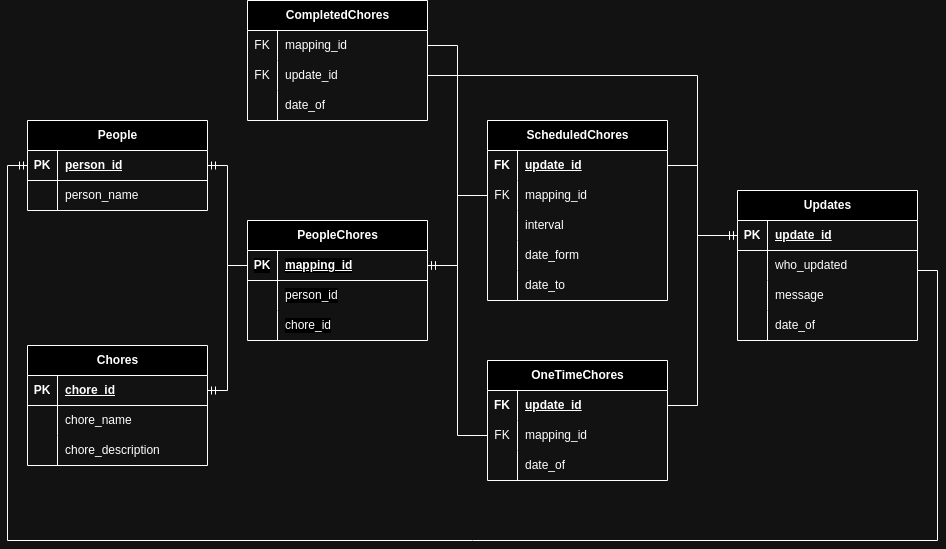
typsoon/chores_manager keeps this draw.io diagram as database/Chores Manager database.png. Above is the earlier version. Source tidied: cells renumbered, new cells last; positions are measured from the earlier drawing's top-left corner, leaving out a move shared by most shapes.
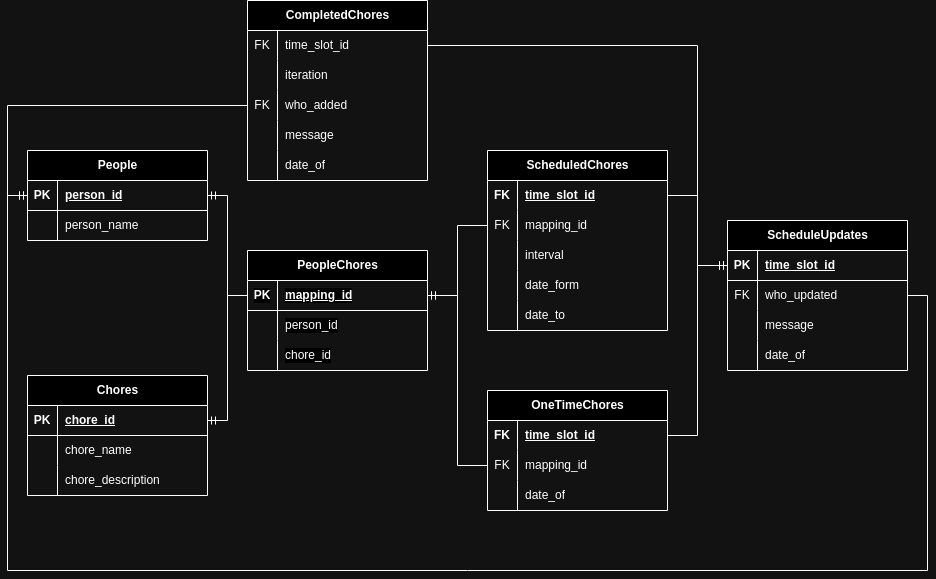
The same file after the commit.

The edit, as a diff of the source:
```diff
@@ -62,7 +62,7 @@
     <mxCell id="21" value="&lt;b&gt;FK&lt;/b&gt;" style="shape=partialRectangle;fillColor=none;top=0;left=0;bottom=0;right=0;overflow=hidden;whiteSpace=wrap;html=1;" parent="20" vertex="1">
       <mxGeometry width="30" height="30" as="geometry" />
     </mxCell>
-    <mxCell id="22" value="&lt;b&gt;&lt;u&gt;update_id&lt;/u&gt;&lt;/b&gt;" style="shape=partialRectangle;fillColor=none;top=0;left=0;bottom=0;right=0;align=left;spacingLeft=6;overflow=hidden;whiteSpace=wrap;html=1;" parent="20" vertex="1">
+    <mxCell id="22" value="&lt;b&gt;&lt;u&gt;time_slot_id&lt;/u&gt;&lt;/b&gt;" style="shape=partialRectangle;fillColor=none;top=0;left=0;bottom=0;right=0;align=left;spacingLeft=6;overflow=hidden;whiteSpace=wrap;html=1;" parent="20" vertex="1">
       <mxGeometry x="30" width="150" height="30" as="geometry" />
     </mxCell>
     <mxCell id="23" style="shape=tableRow;horizontal=0;startSize=0;swimlaneHead=0;swimlaneBody=0;fillColor=none;points=[[0,0.5],[1,0.5]];portConstraint=eastwest;top=0;left=0;right=0;bottom=0;" parent="19" vertex="1">
@@ -101,8 +101,8 @@
     <mxCell id="34" value="date_to" style="shape=partialRectangle;fillColor=none;top=0;left=0;bottom=0;right=0;align=left;spacingLeft=6;overflow=hidden;whiteSpace=wrap;html=1;" parent="32" vertex="1">
       <mxGeometry x="30" width="150" height="30" as="geometry" />
     </mxCell>
-    <mxCell id="35" value="Updates" style="shape=table;startSize=30;rowLines=0;fontStyle=1;align=center;html=1;" parent="1" vertex="1">
-      <mxGeometry x="730" y="190" width="180" height="150" as="geometry" />
+    <mxCell id="35" value="ScheduleUpdates" style="shape=table;startSize=30;rowLines=0;fontStyle=1;align=center;html=1;" parent="1" vertex="1">
+      <mxGeometry x="720" y="190" width="180" height="150" as="geometry" />
     </mxCell>
     <mxCell id="36" style="shape=tableRow;horizontal=0;startSize=0;swimlaneHead=0;swimlaneBody=0;fillColor=none;points=[[0,0.5],[1,0.5]];portConstraint=eastwest;top=0;left=0;right=0;bottom=1;" parent="35" vertex="1">
       <mxGeometry y="30" width="180" height="30" as="geometry" />
@@ -110,13 +110,13 @@
     <mxCell id="37" value="PK" style="shape=partialRectangle;fillColor=none;top=0;left=0;bottom=0;right=0;fontStyle=1;overflow=hidden;whiteSpace=wrap;html=1;" parent="36" vertex="1">
       <mxGeometry width="30" height="30" as="geometry" />
     </mxCell>
-    <mxCell id="38" value="update_id" style="shape=partialRectangle;fillColor=none;top=0;left=0;bottom=0;right=0;align=left;spacingLeft=6;fontStyle=5;overflow=hidden;whiteSpace=wrap;html=1;" parent="36" vertex="1">
+    <mxCell id="38" value="time_slot_id" style="shape=partialRectangle;fillColor=none;top=0;left=0;bottom=0;right=0;align=left;spacingLeft=6;fontStyle=5;overflow=hidden;whiteSpace=wrap;html=1;" parent="36" vertex="1">
       <mxGeometry x="30" width="150" height="30" as="geometry" />
     </mxCell>
     <mxCell id="39" style="shape=tableRow;horizontal=0;startSize=0;swimlaneHead=0;swimlaneBody=0;fillColor=none;points=[[0,0.5],[1,0.5]];portConstraint=eastwest;top=0;left=0;right=0;bottom=0;" parent="35" vertex="1">
       <mxGeometry y="60" width="180" height="30" as="geometry" />
     </mxCell>
-    <mxCell id="40" style="shape=partialRectangle;fillColor=none;top=0;left=0;bottom=0;right=0;overflow=hidden;whiteSpace=wrap;html=1;" parent="39" vertex="1">
+    <mxCell id="40" value="FK" style="shape=partialRectangle;fillColor=none;top=0;left=0;bottom=0;right=0;overflow=hidden;whiteSpace=wrap;html=1;" parent="39" vertex="1">
       <mxGeometry width="30" height="30" as="geometry" />
     </mxCell>
     <mxCell id="41" value="who_updated" style="shape=partialRectangle;fillColor=none;top=0;left=0;bottom=0;right=0;align=left;spacingLeft=6;overflow=hidden;whiteSpace=wrap;html=1;" parent="39" vertex="1">
@@ -131,15 +131,15 @@
     <mxCell id="44" value="message" style="shape=partialRectangle;fillColor=none;top=0;left=0;bottom=0;right=0;align=left;spacingLeft=6;overflow=hidden;whiteSpace=wrap;html=1;" parent="42" vertex="1">
       <mxGeometry x="30" width="150" height="30" as="geometry" />
     </mxCell>
-    <mxCell id="45" style="shape=tableRow;horizontal=0;startSize=0;swimlaneHead=0;swimlaneBody=0;fillColor=none;top=0;left=0;right=0;bottom=0;" parent="35" vertex="1">
-      <mxGeometry y="120" width="180" height="30" as="geometry" />
-    </mxCell>
-    <mxCell id="46" style="shape=partialRectangle;fillColor=none;top=0;left=0;bottom=0;right=0;overflow=hidden;whiteSpace=wrap;html=1;" parent="45" vertex="1">
-      <mxGeometry width="30" height="30" as="geometry" />
-    </mxCell>
-    <mxCell id="47" value="date_of" style="shape=partialRectangle;fillColor=none;top=0;left=0;bottom=0;right=0;align=left;spacingLeft=6;overflow=hidden;whiteSpace=wrap;html=1;" parent="45" vertex="1">
-      <mxGeometry x="30" width="150" height="30" as="geometry" />
-    </mxCell>
+    <mxCell id="87" style="shape=tableRow;horizontal=0;startSize=0;swimlaneHead=0;swimlaneBody=0;fillColor=none;top=0;left=0;right=0;bottom=0;" parent="35" vertex="1">
+      <mxGeometry y="120" width="180" height="30" as="geometry" />
+    </mxCell>
+    <mxCell id="88" style="shape=partialRectangle;fillColor=none;top=0;left=0;bottom=0;right=0;overflow=hidden;whiteSpace=wrap;html=1;" parent="87" vertex="1">
+      <mxGeometry width="30" height="30" as="geometry" />
+    </mxCell>
+    <mxCell id="89" value="date_of" style="shape=partialRectangle;fillColor=none;top=0;left=0;bottom=0;right=0;align=left;spacingLeft=6;overflow=hidden;whiteSpace=wrap;html=1;" parent="87" vertex="1">
+      <mxGeometry x="30" width="150" height="30" as="geometry" />
+    </mxCell>
     <mxCell id="48" value="OneTimeChores" style="shape=table;startSize=30;rowLines=0;fontStyle=1;align=center;html=1;" parent="1" vertex="1">
       <mxGeometry x="480" y="360" width="180" height="120" as="geometry" />
     </mxCell>
@@ -149,7 +149,7 @@
     <mxCell id="50" value="&lt;b&gt;FK&lt;/b&gt;" style="shape=partialRectangle;fillColor=none;top=0;left=0;bottom=0;right=0;overflow=hidden;whiteSpace=wrap;html=1;" parent="49" vertex="1">
       <mxGeometry width="30" height="30" as="geometry" />
     </mxCell>
-    <mxCell id="51" value="&lt;b&gt;&lt;u&gt;update_id&lt;/u&gt;&lt;/b&gt;" style="shape=partialRectangle;fillColor=none;top=0;left=0;bottom=0;right=0;align=left;spacingLeft=6;overflow=hidden;whiteSpace=wrap;html=1;" parent="49" vertex="1">
+    <mxCell id="51" value="&lt;b&gt;&lt;u&gt;time_slot_id&lt;/u&gt;&lt;/b&gt;" style="shape=partialRectangle;fillColor=none;top=0;left=0;bottom=0;right=0;align=left;spacingLeft=6;overflow=hidden;whiteSpace=wrap;html=1;" parent="49" vertex="1">
       <mxGeometry x="30" width="150" height="30" as="geometry" />
     </mxCell>
     <mxCell id="52" style="shape=tableRow;horizontal=0;startSize=0;swimlaneHead=0;swimlaneBody=0;fillColor=none;points=[[0,0.5],[1,0.5]];portConstraint=eastwest;top=0;left=0;right=0;bottom=0;" parent="48" vertex="1">
@@ -187,7 +187,7 @@
       </mxGeometry>
     </mxCell>
     <mxCell id="60" value="CompletedChores" style="shape=table;startSize=30;rowLines=0;fontStyle=1;align=center;html=1;" parent="1" vertex="1">
-      <mxGeometry x="240" width="180" height="120" as="geometry" />
+      <mxGeometry x="240" y="-30" width="180" height="180" as="geometry" />
     </mxCell>
     <mxCell id="61" style="shape=tableRow;horizontal=0;startSize=0;swimlaneHead=0;swimlaneBody=0;fillColor=none;points=[[0,0.5],[1,0.5]];portConstraint=eastwest;top=0;left=0;right=0;bottom=0;" parent="60" vertex="1">
       <mxGeometry y="30" width="180" height="30" as="geometry" />
@@ -195,27 +195,45 @@
     <mxCell id="62" value="FK" style="shape=partialRectangle;fillColor=none;top=0;left=0;bottom=0;right=0;overflow=hidden;whiteSpace=wrap;html=1;" parent="61" vertex="1">
       <mxGeometry width="30" height="30" as="geometry" />
     </mxCell>
-    <mxCell id="63" value="mapping_id" style="shape=partialRectangle;fillColor=none;top=0;left=0;bottom=0;right=0;align=left;spacingLeft=6;overflow=hidden;whiteSpace=wrap;html=1;" parent="61" vertex="1">
+    <mxCell id="63" value="time_slot_id" style="shape=partialRectangle;fillColor=none;top=0;left=0;bottom=0;right=0;align=left;spacingLeft=6;overflow=hidden;whiteSpace=wrap;html=1;" parent="61" vertex="1">
       <mxGeometry x="30" width="150" height="30" as="geometry" />
     </mxCell>
-    <mxCell id="64" style="shape=tableRow;horizontal=0;startSize=0;swimlaneHead=0;swimlaneBody=0;fillColor=none;points=[[0,0.5],[1,0.5]];portConstraint=eastwest;top=0;left=0;right=0;bottom=0;" parent="60" vertex="1">
-      <mxGeometry y="60" width="180" height="30" as="geometry" />
-    </mxCell>
-    <mxCell id="65" value="FK" style="shape=partialRectangle;fillColor=none;top=0;left=0;bottom=0;right=0;overflow=hidden;whiteSpace=wrap;html=1;" parent="64" vertex="1">
-      <mxGeometry width="30" height="30" as="geometry" />
-    </mxCell>
-    <mxCell id="66" value="update_id" style="shape=partialRectangle;fillColor=none;top=0;left=0;bottom=0;right=0;align=left;spacingLeft=6;overflow=hidden;whiteSpace=wrap;html=1;" parent="64" vertex="1">
-      <mxGeometry x="30" width="150" height="30" as="geometry" />
-    </mxCell>
     <mxCell id="67" style="shape=tableRow;horizontal=0;startSize=0;swimlaneHead=0;swimlaneBody=0;fillColor=none;top=0;left=0;right=0;bottom=0;" parent="60" vertex="1">
-      <mxGeometry y="90" width="180" height="30" as="geometry" />
+      <mxGeometry y="60" width="180" height="30" as="geometry" />
     </mxCell>
     <mxCell id="68" style="shape=partialRectangle;fillColor=none;top=0;left=0;bottom=0;right=0;overflow=hidden;whiteSpace=wrap;html=1;" parent="67" vertex="1">
       <mxGeometry width="30" height="30" as="geometry" />
     </mxCell>
-    <mxCell id="69" value="date_of" style="shape=partialRectangle;fillColor=none;top=0;left=0;bottom=0;right=0;align=left;spacingLeft=6;overflow=hidden;whiteSpace=wrap;html=1;" parent="67" vertex="1">
+    <mxCell id="69" value="iteration" style="shape=partialRectangle;fillColor=none;top=0;left=0;bottom=0;right=0;align=left;spacingLeft=6;overflow=hidden;whiteSpace=wrap;html=1;" parent="67" vertex="1">
       <mxGeometry x="30" width="150" height="30" as="geometry" />
     </mxCell>
+    <mxCell id="90" style="shape=tableRow;horizontal=0;startSize=0;swimlaneHead=0;swimlaneBody=0;fillColor=none;points=[[0,0.5],[1,0.5]];portConstraint=eastwest;top=0;left=0;right=0;bottom=0;" parent="60" vertex="1">
+      <mxGeometry y="90" width="180" height="30" as="geometry" />
+    </mxCell>
+    <mxCell id="65" value="FK" style="shape=partialRectangle;fillColor=none;top=0;left=0;bottom=0;right=0;overflow=hidden;whiteSpace=wrap;html=1;" parent="90" vertex="1">
+      <mxGeometry width="30" height="30" as="geometry" />
+    </mxCell>
+    <mxCell id="91" value="who_added" style="shape=partialRectangle;fillColor=none;top=0;left=0;bottom=0;right=0;align=left;spacingLeft=6;overflow=hidden;whiteSpace=wrap;html=1;" parent="90" vertex="1">
+      <mxGeometry x="30" width="150" height="30" as="geometry" />
+    </mxCell>
+    <mxCell id="92" style="shape=tableRow;horizontal=0;startSize=0;swimlaneHead=0;swimlaneBody=0;fillColor=none;top=0;left=0;right=0;bottom=0;" parent="60" vertex="1">
+      <mxGeometry y="120" width="180" height="30" as="geometry" />
+    </mxCell>
+    <mxCell id="93" style="shape=partialRectangle;fillColor=none;top=0;left=0;bottom=0;right=0;overflow=hidden;whiteSpace=wrap;html=1;" parent="92" vertex="1">
+      <mxGeometry width="30" height="30" as="geometry" />
+    </mxCell>
+    <mxCell id="94" value="message" style="shape=partialRectangle;fillColor=none;top=0;left=0;bottom=0;right=0;align=left;spacingLeft=6;overflow=hidden;whiteSpace=wrap;html=1;" parent="92" vertex="1">
+      <mxGeometry x="30" width="150" height="30" as="geometry" />
+    </mxCell>
+    <mxCell id="95" style="shape=tableRow;horizontal=0;startSize=0;swimlaneHead=0;swimlaneBody=0;fillColor=none;top=0;left=0;right=0;bottom=0;" parent="60" vertex="1">
+      <mxGeometry y="150" width="180" height="30" as="geometry" />
+    </mxCell>
+    <mxCell id="96" style="shape=partialRectangle;fillColor=none;top=0;left=0;bottom=0;right=0;overflow=hidden;whiteSpace=wrap;html=1;" parent="95" vertex="1">
+      <mxGeometry width="30" height="30" as="geometry" />
+    </mxCell>
+    <mxCell id="97" value="date_of" style="shape=partialRectangle;fillColor=none;top=0;left=0;bottom=0;right=0;align=left;spacingLeft=6;overflow=hidden;whiteSpace=wrap;html=1;" parent="95" vertex="1">
+      <mxGeometry x="30" width="150" height="30" as="geometry" />
+    </mxCell>
     <mxCell id="70" value="PeopleChores" style="shape=table;startSize=30;rowLines=0;fontStyle=1;align=center;html=1;fontFamily=Helvetica;fontSize=12;fontColor=default;labelBackgroundColor=default;" parent="1" vertex="1">
       <mxGeometry x="240" y="220" width="180" height="120" as="geometry" />
     </mxCell>
@@ -278,31 +296,31 @@
         </Array>
       </mxGeometry>
     </mxCell>
-    <mxCell id="84" style="edgeStyle=orthogonalEdgeStyle;fontSize=12;html=1;endArrow=ERmandOne;rounded=0;strokeColor=default;align=center;verticalAlign=middle;fontFamily=Helvetica;fontColor=default;labelBackgroundColor=default;exitX=1;exitY=0.5;exitDx=0;exitDy=0;entryX=1;entryY=0.5;entryDx=0;entryDy=0;" parent="1" edge="1" source="61" target="71">
-      <mxGeometry relative="1" as="geometry">
-        <Array as="points">
-          <mxPoint x="450" y="45" />
-          <mxPoint x="450" y="265" />
-        </Array>
-      </mxGeometry>
-    </mxCell>
-    <mxCell id="85" style="edgeStyle=orthogonalEdgeStyle;fontSize=12;html=1;endArrow=ERmandOne;rounded=0;entryX=0;entryY=0.5;entryDx=0;entryDy=0;exitX=1;exitY=0.5;exitDx=0;exitDy=0;" parent="1" edge="1" source="64" target="36">
-      <mxGeometry relative="1" as="geometry">
-        <Array as="points">
-          <mxPoint x="690" y="75" />
-          <mxPoint x="690" y="235" />
-        </Array>
-      </mxGeometry>
-    </mxCell>
-    <mxCell id="86" style="edgeStyle=orthogonalEdgeStyle;fontSize=12;html=1;endArrow=ERmandOne;rounded=0;exitX=1;exitY=0.667;exitDx=0;exitDy=0;entryX=0;entryY=0.5;entryDx=0;entryDy=0;exitPerimeter=0;" parent="1" edge="1" source="39" target="13">
+    <mxCell id="86" style="edgeStyle=orthogonalEdgeStyle;fontSize=12;html=1;endArrow=ERmandOne;rounded=0;entryX=0;entryY=0.5;entryDx=0;entryDy=0;exitX=1;exitY=0.5;exitDx=0;exitDy=0;" parent="1" edge="1" source="39" target="13">
       <mxGeometry relative="1" as="geometry">
         <Array as="points">
-          <mxPoint x="930" y="270" />
-          <mxPoint x="930" y="540" />
+          <mxPoint x="920" y="265" />
+          <mxPoint x="920" y="540" />
           <mxPoint y="540" />
           <mxPoint y="165" />
         </Array>
       </mxGeometry>
     </mxCell>
+    <mxCell id="98" style="edgeStyle=orthogonalEdgeStyle;fontSize=12;html=1;endArrow=ERmandOne;rounded=0;entryX=0;entryY=0.5;entryDx=0;entryDy=0;exitX=0;exitY=0.5;exitDx=0;exitDy=0;" parent="1" edge="1" source="90" target="13">
+      <mxGeometry relative="1" as="geometry">
+        <Array as="points">
+          <mxPoint y="75" />
+          <mxPoint y="165" />
+        </Array>
+      </mxGeometry>
+    </mxCell>
+    <mxCell id="99" style="edgeStyle=orthogonalEdgeStyle;fontSize=12;html=1;endArrow=ERmandOne;rounded=0;exitX=1;exitY=0.5;exitDx=0;exitDy=0;entryX=0;entryY=0.5;entryDx=0;entryDy=0;" parent="1" edge="1" source="61" target="36">
+      <mxGeometry relative="1" as="geometry">
+        <Array as="points">
+          <mxPoint x="690" y="15" />
+          <mxPoint x="690" y="235" />
+        </Array>
+      </mxGeometry>
+    </mxCell>
   </root>
 </mxGraphModel>
```
